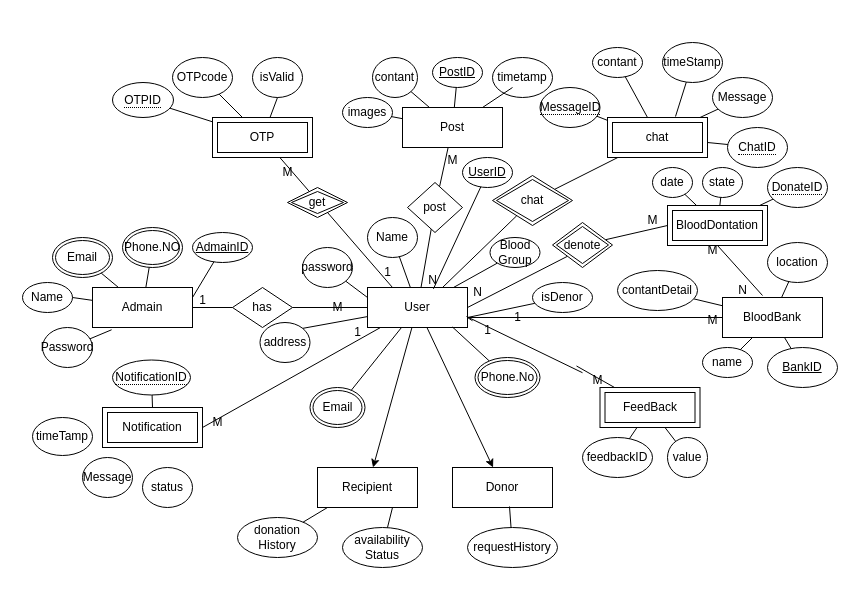
The draw.io diagram Untitled Diagram.drawio in abdalrahmanalkayyali02/AcountingSystem, before the edit. Source tidied: cells renumbered, new cells numbered last; positions are measured from the earlier drawing's top-left corner, leaving out a move shared by most shapes. Both pictures are drawn from the tidied source at 100%, with x=0, y=0 at pixel (22, 42).
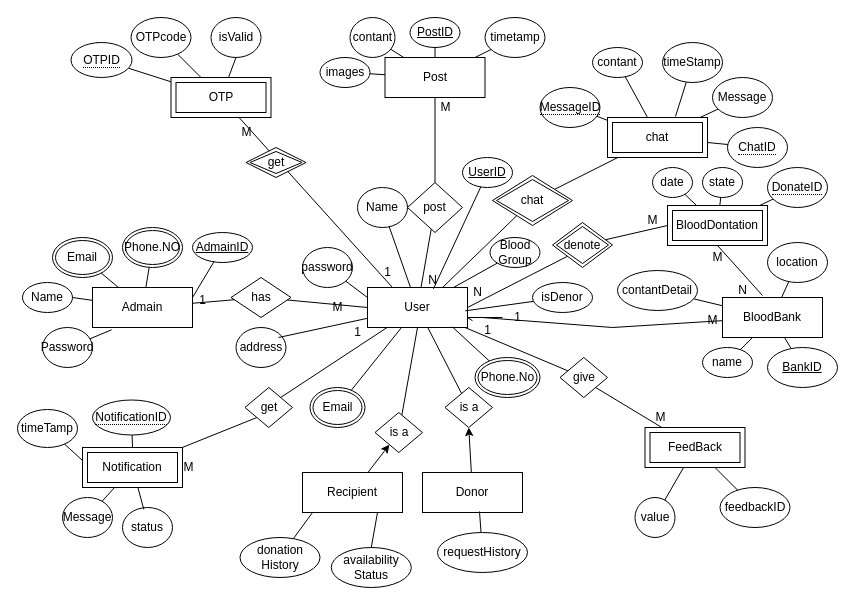
The same diagram, later.

The change refers to these unchanged cells:
```xml
<mxCell id="2" value="User" style="whiteSpace=wrap;html=1;align=center;" parent="1" vertex="1">
  <mxGeometry x="345" y="245" width="100" height="40" as="geometry" />
</mxCell>
<mxCell id="9" value="BloodBank" style="whiteSpace=wrap;html=1;align=center;" parent="1" vertex="1">
  <mxGeometry x="700" y="255" width="100" height="40" as="geometry" />
</mxCell>
<mxCell id="16" value="isDenor" style="ellipse;whiteSpace=wrap;html=1;align=center;" parent="1" vertex="1">
  <mxGeometry x="510" y="240" width="60" height="30" as="geometry" />
</mxCell>
<mxCell id="125" value="1" style="text;html=1;align=center;verticalAlign=middle;points=[];strokeColor=none;fillColor=none;" parent="1" vertex="1">
  <mxGeometry x="450" y="273" width="30" height="30" as="geometry" />
</mxCell>
```

The edit, as a diff of the source:
```diff
@@
     <mxCell id="4" value="Donor" style="whiteSpace=wrap;html=1;align=center;" parent="1" vertex="1">
-      <mxGeometry x="430" y="425" width="100" height="40" as="geometry" />
+      <mxGeometry x="400" y="430" width="100" height="40" as="geometry" />
     </mxCell>
     <mxCell id="5" value="Recipient" style="whiteSpace=wrap;html=1;align=center;" parent="1" vertex="1">
-      <mxGeometry x="295" y="425" width="100" height="40" as="geometry" />
+      <mxGeometry x="280" y="430" width="100" height="40" as="geometry" />
     </mxCell>
     <mxCell id="6" value="OTP" style="shape=ext;margin=3;double=1;whiteSpace=wrap;html=1;align=center;" parent="1" vertex="1">
-      <mxGeometry x="190" y="75" width="100" height="40" as="geometry" />
+      <mxGeometry x="148.5" y="35" width="100" height="40" as="geometry" />
     </mxCell>
     <mxCell id="7" value="Post" style="whiteSpace=wrap;html=1;align=center;" parent="1" vertex="1">
-      <mxGeometry x="380" y="65" width="100" height="40" as="geometry" />
+      <mxGeometry x="362.5" y="15" width="100" height="40" as="geometry" />
     </mxCell>
@@
     <mxCell id="11" value="address" style="ellipse;whiteSpace=wrap;html=1;align=center;" parent="1" vertex="1">
-      <mxGeometry x="237.5" y="280" width="50" height="40" as="geometry" />
+      <mxGeometry x="213.5" y="285" width="50" height="40" as="geometry" />
     </mxCell>
@@
     <mxCell id="13" value="Name" style="ellipse;whiteSpace=wrap;html=1;align=center;" parent="1" vertex="1">
-      <mxGeometry x="345" y="175" width="50" height="40" as="geometry" />
+      <mxGeometry x="335" y="145" width="50" height="40" as="geometry" />
     </mxCell>
@@
     <mxCell id="18" value="has" style="shape=rhombus;perimeter=rhombusPerimeter;whiteSpace=wrap;html=1;align=center;" parent="1" vertex="1">
-      <mxGeometry x="210" y="245" width="60" height="40" as="geometry" />
+      <mxGeometry x="208.5" y="235" width="60" height="40" as="geometry" />
     </mxCell>
@@
-    <mxCell id="28" style="endArrow=none;html=1;rounded=0;entryX=1;entryY=0.75;entryDx=0;entryDy=0;" parent="1" edge="1" source="16" target="2">
+    <mxCell id="28" style="endArrow=none;html=1;rounded=0;entryX=0.977;entryY=0.583;entryDx=0;entryDy=0;entryPerimeter=0;" parent="1" edge="1" source="16" target="2">
       <mxGeometry relative="1" as="geometry" />
     </mxCell>
@@
-    <mxCell id="31" style="endArrow=none;html=1;rounded=0;entryX=1;entryY=0;entryDx=0;entryDy=0;" parent="1" edge="1" source="2" target="11">
-      <mxGeometry relative="1" as="geometry" />
+    <mxCell id="31" style="endArrow=none;html=1;rounded=0;" parent="1" edge="1" source="2">
+      <mxGeometry relative="1" as="geometry">
+        <mxPoint x="256" y="295" as="targetPoint" />
+      </mxGeometry>
     </mxCell>
@@
     <mxCell id="46" value="M" style="text;html=1;align=center;verticalAlign=middle;points=[];strokeColor=none;fillColor=none;" parent="1" vertex="1">
-      <mxGeometry x="250" y="115" width="30" height="30" as="geometry" />
+      <mxGeometry x="208.5" y="75" width="30" height="30" as="geometry" />
     </mxCell>
     <mxCell id="47" value="isValid" style="ellipse;whiteSpace=wrap;html=1;align=center;" parent="1" vertex="1">
-      <mxGeometry x="230" y="15" width="50" height="40" as="geometry" />
+      <mxGeometry x="188.5" y="-25" width="50" height="40" as="geometry" />
     </mxCell>
     <mxCell id="48" value="OTPcode" style="ellipse;whiteSpace=wrap;html=1;align=center;" parent="1" vertex="1">
-      <mxGeometry x="150" y="15" width="60" height="40" as="geometry" />
+      <mxGeometry x="108.5" y="-25" width="60" height="40" as="geometry" />
     </mxCell>
@@
-    <mxCell id="52" style="edgeStyle=none;jettySize=auto;html=1;rounded=0;" parent="1" edge="1" source="2" target="4">
-      <mxGeometry relative="1" as="geometry" />
-    </mxCell>
-    <mxCell id="53" style="edgeStyle=none;jettySize=auto;html=1;rounded=0;" parent="1" edge="1" source="2" target="5">
-      <mxGeometry relative="1" as="geometry" />
-    </mxCell>
     <mxCell id="54" value="images" style="ellipse;whiteSpace=wrap;html=1;align=center;" parent="1" vertex="1">
-      <mxGeometry x="320" y="55" width="50" height="30" as="geometry" />
+      <mxGeometry x="297.5" y="15" width="50" height="30" as="geometry" />
     </mxCell>
     <mxCell id="55" value="timetamp" style="ellipse;whiteSpace=wrap;html=1;align=center;" parent="1" vertex="1">
-      <mxGeometry x="470" y="15" width="60" height="40" as="geometry" />
+      <mxGeometry x="462.5" y="-25" width="60" height="40" as="geometry" />
     </mxCell>
     <mxCell id="56" value="contant" style="ellipse;whiteSpace=wrap;html=1;align=center;" parent="1" vertex="1">
-      <mxGeometry x="350" y="15" width="45" height="40" as="geometry" />
+      <mxGeometry x="327.5" y="-25" width="45" height="40" as="geometry" />
     </mxCell>
     <mxCell id="57" value="PostID" style="ellipse;whiteSpace=wrap;html=1;align=center;fontStyle=4;" parent="1" vertex="1">
-      <mxGeometry x="410" y="15" width="50" height="30" as="geometry" />
+      <mxGeometry x="387.5" y="-25" width="50" height="30" as="geometry" />
     </mxCell>
     <mxCell id="58" value="get" style="shape=rhombus;double=1;perimeter=rhombusPerimeter;whiteSpace=wrap;html=1;align=center;" parent="1" vertex="1">
-      <mxGeometry x="265" y="145" width="60" height="30" as="geometry" />
+      <mxGeometry x="223.5" y="105" width="60" height="30" as="geometry" />
     </mxCell>
@@
     <mxCell id="62" value="M" style="text;html=1;align=center;verticalAlign=middle;strokeColor=none;fillColor=none;" parent="1" vertex="1">
-      <mxGeometry x="415" y="103" width="30" height="30" as="geometry" />
+      <mxGeometry x="407.5" y="50" width="30" height="30" as="geometry" />
     </mxCell>
-    <mxCell id="63" style="endArrow=none;html=1;rounded=0;" parent="1" edge="1" target="7">
-      <mxGeometry relative="1" as="geometry">
-        <mxPoint x="490" y="45" as="sourcePoint" />
-      </mxGeometry>
+    <mxCell id="63" style="endArrow=none;html=1;rounded=0;" parent="1" edge="1" source="55" target="7">
+      <mxGeometry relative="1" as="geometry" />
     </mxCell>
@@
     <mxCell id="72" value="M" style="text;html=1;align=center;verticalAlign=middle;strokeColor=none;fillColor=none;" parent="1" vertex="1">
-      <mxGeometry x="675" y="193" width="30" height="30" as="geometry" />
+      <mxGeometry x="680" y="200" width="30" height="30" as="geometry" />
     </mxCell>
@@
-    <mxCell id="74" style="endArrow=none;html=1;rounded=0;exitX=-0.2;exitY=0.033;exitDx=0;exitDy=0;exitPerimeter=0;" parent="1" edge="1" source="127" target="99">
-      <mxGeometry relative="1" as="geometry" />
-    </mxCell>
@@
     <mxCell id="82" value="&lt;span style=&quot;border-bottom: 1px dotted&quot;&gt;OTPID&lt;/span&gt;" style="ellipse;whiteSpace=wrap;html=1;align=center;" parent="1" vertex="1">
-      <mxGeometry x="90" y="40" width="61" height="35" as="geometry" />
+      <mxGeometry x="48.5" width="61" height="35" as="geometry" />
     </mxCell>
@@
     <mxCell id="99" value="FeedBack" style="shape=ext;margin=3;double=1;whiteSpace=wrap;html=1;align=center;" parent="1" vertex="1">
-      <mxGeometry x="577.5" y="345" width="100" height="40" as="geometry" />
+      <mxGeometry x="622.5" y="385" width="100" height="40" as="geometry" />
     </mxCell>
     <mxCell id="100" value="feedbackID" style="ellipse;whiteSpace=wrap;html=1;align=center;" parent="1" vertex="1">
-      <mxGeometry x="560" y="395" width="70" height="40" as="geometry" />
+      <mxGeometry x="697.5" y="445" width="70" height="40" as="geometry" />
     </mxCell>
     <mxCell id="101" value="value" style="ellipse;whiteSpace=wrap;html=1;align=center;" parent="1" vertex="1">
-      <mxGeometry x="645" y="395" width="40" height="40" as="geometry" />
+      <mxGeometry x="612.5" y="455" width="40" height="40" as="geometry" />
     </mxCell>
     <mxCell id="102" style="endArrow=none;html=1;rounded=0;" parent="1" edge="1" target="9">
       <mxGeometry relative="1" as="geometry">
         <mxPoint x="460" y="275" as="sourcePoint" />
+        <Array as="points">
+          <mxPoint x="590" y="285" />
+        </Array>
       </mxGeometry>
     </mxCell>
@@
     <mxCell id="113" value="Notification" style="shape=ext;margin=3;double=1;whiteSpace=wrap;html=1;align=center;" parent="1" vertex="1">
-      <mxGeometry x="80" y="365" width="100" height="40" as="geometry" />
+      <mxGeometry x="60" y="405" width="100" height="40" as="geometry" />
     </mxCell>
-    <mxCell id="114" style="endArrow=none;html=1;rounded=0;entryX=0.13;entryY=1;entryDx=0;entryDy=0;entryPerimeter=0;exitX=1;exitY=0.5;exitDx=0;exitDy=0;" parent="1" edge="1" source="113" target="2">
+    <mxCell id="114" style="endArrow=none;html=1;rounded=0;exitX=1;exitY=0;exitDx=0;exitDy=0;" parent="1" edge="1" source="145" target="2">
       <mxGeometry relative="1" as="geometry" />
     </mxCell>
     <mxCell id="115" value="&lt;span style=&quot;border-bottom: 1px dotted&quot;&gt;NotificationID&lt;/span&gt;" style="ellipse;whiteSpace=wrap;html=1;align=center;" parent="1" vertex="1">
-      <mxGeometry x="90" y="317.5" width="78" height="35" as="geometry" />
+      <mxGeometry x="70" y="357.5" width="78" height="35" as="geometry" />
     </mxCell>
     <mxCell id="116" value="status" style="ellipse;whiteSpace=wrap;html=1;align=center;" parent="1" vertex="1">
-      <mxGeometry x="120" y="425" width="50" height="40" as="geometry" />
+      <mxGeometry x="100" y="465" width="50" height="40" as="geometry" />
     </mxCell>
     <mxCell id="117" value="timeTamp" style="ellipse;whiteSpace=wrap;html=1;align=center;" parent="1" vertex="1">
-      <mxGeometry x="10" y="375" width="60" height="38" as="geometry" />
+      <mxGeometry x="-5" y="367" width="60" height="38" as="geometry" />
     </mxCell>
     <mxCell id="118" value="Message" style="ellipse;whiteSpace=wrap;html=1;align=center;" parent="1" vertex="1">
-      <mxGeometry x="60" y="415" width="50" height="40" as="geometry" />
+      <mxGeometry x="40" y="455" width="50" height="40" as="geometry" />
     </mxCell>
@@
     <mxCell id="121" value="M" style="text;html=1;align=center;verticalAlign=middle;strokeColor=none;fillColor=none;" parent="1" vertex="1">
-      <mxGeometry x="180" y="365" width="30" height="30" as="geometry" />
+      <mxGeometry x="151" y="410" width="30" height="30" as="geometry" />
     </mxCell>
@@
-    <mxCell id="126" style="endArrow=none;html=1;rounded=0;exitX=-0.2;exitY=0.033;exitDx=0;exitDy=0;exitPerimeter=0;" parent="1" edge="1" source="125" target="127">
+    <mxCell id="126" style="endArrow=none;html=1;rounded=0;" parent="1" edge="1" source="2" target="142">
       <mxGeometry relative="1" as="geometry" />
     </mxCell>
     <mxCell id="127" value="M" style="text;html=1;align=center;verticalAlign=middle;points=[];strokeColor=none;fillColor=none;" parent="1" vertex="1">
-      <mxGeometry x="560" y="322.5" width="30" height="30" as="geometry" />
+      <mxGeometry x="622.5" y="360" width="30" height="30" as="geometry" />
     </mxCell>
     <mxCell id="128" value="donation&lt;br&gt;History" style="ellipse;whiteSpace=wrap;html=1;align=center;" parent="1" vertex="1">
-      <mxGeometry x="215" y="475" width="80" height="40" as="geometry" />
+      <mxGeometry x="217.5" y="495" width="80" height="40" as="geometry" />
     </mxCell>
     <mxCell id="129" value="availability&lt;br&gt;Status" style="ellipse;whiteSpace=wrap;html=1;align=center;" parent="1" vertex="1">
-      <mxGeometry x="320" y="485" width="80" height="40" as="geometry" />
+      <mxGeometry x="308.8" y="505" width="80" height="40" as="geometry" />
     </mxCell>
     <mxCell id="130" value="requestHistory" style="ellipse;whiteSpace=wrap;html=1;align=center;" parent="1" vertex="1">
-      <mxGeometry x="445" y="485" width="90" height="40" as="geometry" />
+      <mxGeometry x="415" y="490" width="90" height="40" as="geometry" />
     </mxCell>
@@
-    <mxCell id="132" style="endArrow=none;html=1;rounded=0;entryX=0.75;entryY=1;entryDx=0;entryDy=0;" parent="1" edge="1" source="129" target="5">
+    <mxCell id="132" style="endArrow=none;html=1;rounded=0;entryX=0.75;entryY=1;entryDx=0;entryDy=0;exitX=0.5;exitY=0;exitDx=0;exitDy=0;" parent="1" edge="1" source="129" target="5">
       <mxGeometry relative="1" as="geometry" />
     </mxCell>
@@
+    <mxCell id="134" style="endArrow=none;html=1;rounded=0;exitX=0.426;exitY=0.046;exitDx=0;exitDy=0;exitPerimeter=0;" parent="1" edge="1" source="116" target="113">
+      <mxGeometry relative="1" as="geometry" />
+    </mxCell>
+    <mxCell id="135" style="endArrow=none;html=1;rounded=0;" parent="1" edge="1" source="118" target="113">
+      <mxGeometry relative="1" as="geometry" />
+    </mxCell>
+    <mxCell id="136" style="endArrow=none;html=1;rounded=0;" parent="1" edge="1" source="113" target="117">
+      <mxGeometry relative="1" as="geometry">
+        <Array as="points">
+          <mxPoint x="60" y="418" />
+        </Array>
+      </mxGeometry>
+    </mxCell>
+    <mxCell id="137" value="is a" style="shape=rhombus;perimeter=rhombusPerimeter;whiteSpace=wrap;html=1;align=center;" parent="1" vertex="1">
+      <mxGeometry x="422.5" y="345" width="47.5" height="40" as="geometry" />
+    </mxCell>
+    <mxCell id="138" style="endArrow=none;html=1;rounded=0;" parent="1" edge="1" source="2" target="137">
+      <mxGeometry relative="1" as="geometry" />
+    </mxCell>
+    <mxCell id="139" style="endArrow=classic;html=1;rounded=0;entryX=0.5;entryY=1;entryDx=0;entryDy=0;" parent="1" edge="1" source="4" target="137">
+      <mxGeometry relative="1" as="geometry" />
+    </mxCell>
+    <mxCell id="140" style="endArrow=none;html=1;rounded=0;exitX=0.5;exitY=1;exitDx=0;exitDy=0;" parent="1" edge="1" source="2" target="141">
+      <mxGeometry relative="1" as="geometry" />
+    </mxCell>
+    <mxCell id="141" value="is a" style="shape=rhombus;perimeter=rhombusPerimeter;whiteSpace=wrap;html=1;align=center;" parent="1" vertex="1">
+      <mxGeometry x="352.5" y="370" width="47.5" height="40" as="geometry" />
+    </mxCell>
+    <mxCell id="142" value="give" style="shape=rhombus;perimeter=rhombusPerimeter;whiteSpace=wrap;html=1;align=center;" parent="1" vertex="1">
+      <mxGeometry x="537.5" y="315" width="47.5" height="40" as="geometry" />
+    </mxCell>
+    <mxCell id="143" style="endArrow=classic;html=1;rounded=0;" parent="1" edge="1" source="5" target="141">
+      <mxGeometry relative="1" as="geometry" />
+    </mxCell>
+    <mxCell id="144" style="endArrow=none;html=1;rounded=0;entryX=1;entryY=1;entryDx=0;entryDy=0;" parent="1" edge="1" source="99" target="142">
+      <mxGeometry relative="1" as="geometry" />
+    </mxCell>
+    <mxCell id="145" value="get" style="shape=rhombus;perimeter=rhombusPerimeter;whiteSpace=wrap;html=1;align=center;" parent="1" vertex="1">
+      <mxGeometry x="222.5" y="345" width="47.5" height="40" as="geometry" />
+    </mxCell>
+    <mxCell id="146" style="endArrow=none;html=1;rounded=0;exitX=0;exitY=1;exitDx=0;exitDy=0;" parent="1" edge="1" source="145" target="113">
+      <mxGeometry relative="1" as="geometry" />
+    </mxCell>
```
